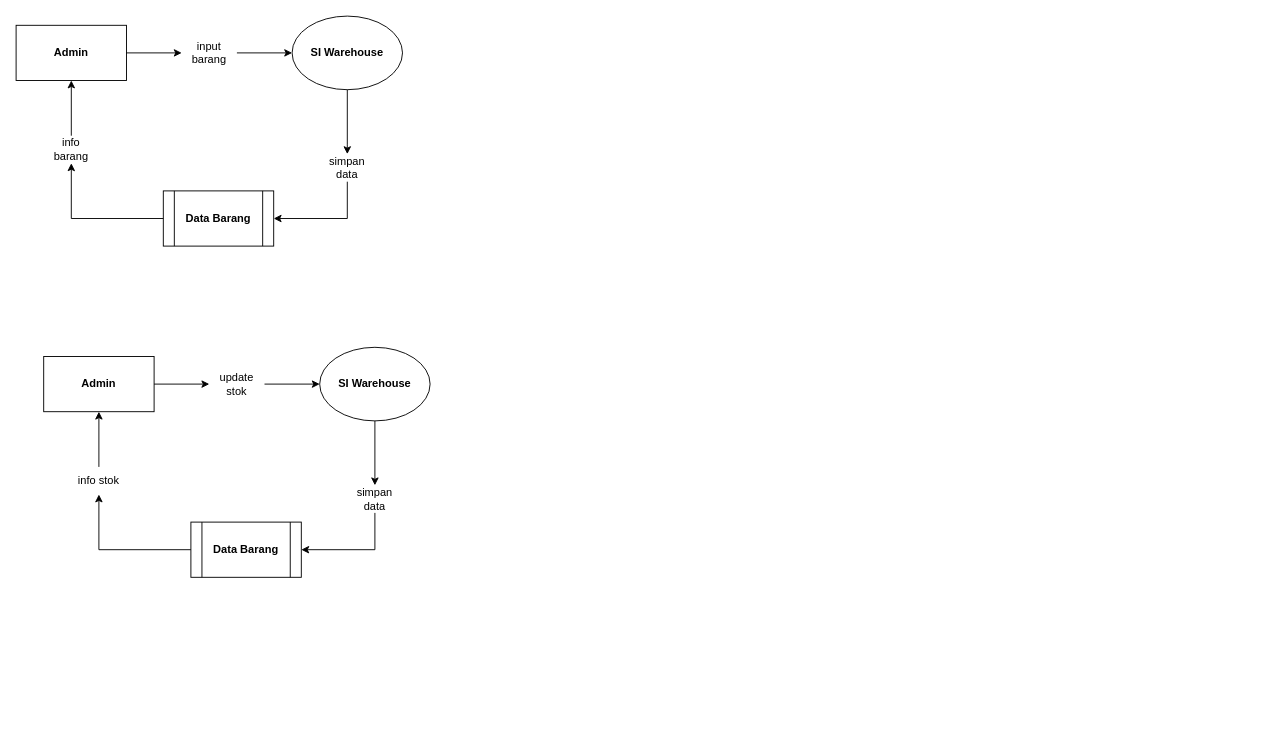
Before: page "v1" (2 of 2) of warehouse/Untitled Diagram.drawio in Mfdsix/DFD, a draw.io diagram. Source tidied: cells renumbered, new cells numbered last; positions are measured from the earlier drawing's top-left corner, leaving out a move shared by most shapes. Both pictures are drawn from the tidied source at 92%, with x=0, y=0 at pixel (16, 16).
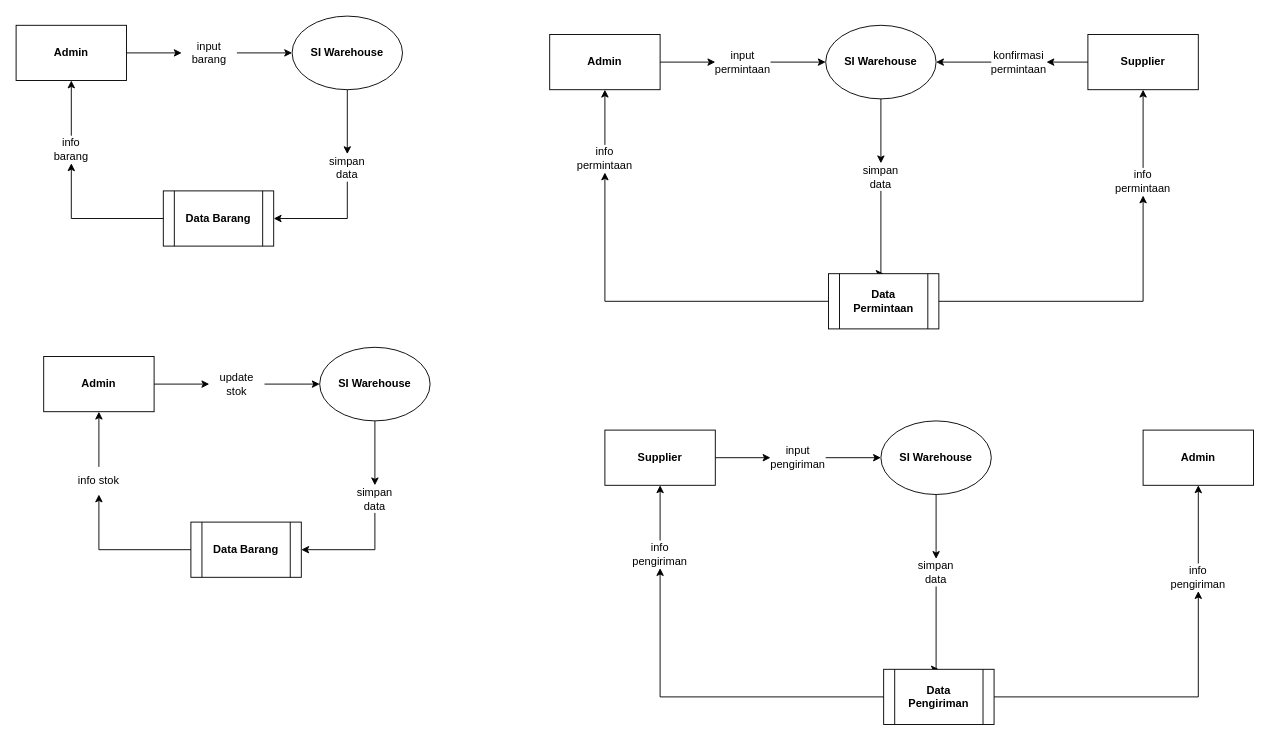
After the change.

What changed in the source:
```diff
@@
+    <mxCell id="26" style="edgeStyle=orthogonalEdgeStyle;rounded=0;jettySize=auto;html=1;entryX=0.5;entryY=0;entryDx=0;entryDy=0;" parent="1" edge="1" source="36" target="32">
+      <mxGeometry relative="1" as="geometry">
+        <Array as="points">
+          <mxPoint x="940" y="280" />
+        </Array>
+      </mxGeometry>
+    </mxCell>
+    <mxCell id="27" value="&lt;b&gt;SI Warehouse&lt;/b&gt;" style="ellipse;whiteSpace=wrap;html=1;" parent="1" vertex="1">
+      <mxGeometry x="880" y="10" width="120" height="80" as="geometry" />
+    </mxCell>
+    <mxCell id="28" style="edgeStyle=orthogonalEdgeStyle;rounded=0;jettySize=auto;html=1;entryX=0;entryY=0.5;entryDx=0;entryDy=0;" parent="1" edge="1" source="34" target="27">
+      <mxGeometry relative="1" as="geometry" />
+    </mxCell>
+    <mxCell id="29" value="&lt;b&gt;Admin&lt;/b&gt;" style="rounded=0;whiteSpace=wrap;html=1;" parent="1" vertex="1">
+      <mxGeometry x="580" y="20" width="120" height="60" as="geometry" />
+    </mxCell>
+    <mxCell id="30" style="edgeStyle=orthogonalEdgeStyle;rounded=0;jettySize=auto;html=1;entryX=0.5;entryY=1;entryDx=0;entryDy=0;" parent="1" edge="1" source="38" target="29">
+      <mxGeometry relative="1" as="geometry" />
+    </mxCell>
+    <mxCell id="31" style="edgeStyle=orthogonalEdgeStyle;rounded=0;jettySize=auto;html=1;entryX=0.5;entryY=1;entryDx=0;entryDy=0;" parent="1" edge="1" source="42" target="40">
+      <mxGeometry relative="1" as="geometry" />
+    </mxCell>
+    <mxCell id="32" value="&lt;b&gt;Data Permintaan&lt;/b&gt;" style="shape=process;whiteSpace=wrap;html=1;backgroundOutline=1;" parent="1" vertex="1">
+      <mxGeometry x="883" y="280" width="120" height="60" as="geometry" />
+    </mxCell>
+    <mxCell id="33" style="edgeStyle=orthogonalEdgeStyle;rounded=0;jettySize=auto;html=1;entryX=0;entryY=0.5;entryDx=0;entryDy=0;" parent="1" edge="1" source="29" target="34">
+      <mxGeometry relative="1" as="geometry" />
+    </mxCell>
+    <mxCell id="34" value="input permintaan" style="text;html=1;strokeColor=none;fillColor=none;align=center;verticalAlign=middle;whiteSpace=wrap;rounded=0;" parent="1" vertex="1">
+      <mxGeometry x="760" y="35" width="60" height="30" as="geometry" />
+    </mxCell>
+    <mxCell id="35" style="edgeStyle=orthogonalEdgeStyle;rounded=0;jettySize=auto;html=1;entryX=0.5;entryY=0;entryDx=0;entryDy=0;" parent="1" edge="1" source="27" target="36">
+      <mxGeometry relative="1" as="geometry">
+        <Array as="points">
+          <mxPoint x="940" y="150" />
+          <mxPoint x="940" y="150" />
+        </Array>
+      </mxGeometry>
+    </mxCell>
+    <mxCell id="36" value="simpan data" style="text;html=1;strokeColor=none;fillColor=none;align=center;verticalAlign=middle;whiteSpace=wrap;rounded=0;" parent="1" vertex="1">
+      <mxGeometry x="910" y="160" width="60" height="30" as="geometry" />
+    </mxCell>
+    <mxCell id="37" style="edgeStyle=orthogonalEdgeStyle;rounded=0;jettySize=auto;html=1;entryX=0.5;entryY=1;entryDx=0;entryDy=0;" parent="1" edge="1" source="32" target="38">
+      <mxGeometry relative="1" as="geometry" />
+    </mxCell>
+    <mxCell id="38" value="info permintaan" style="text;html=1;strokeColor=none;fillColor=none;align=center;verticalAlign=middle;whiteSpace=wrap;rounded=0;" parent="1" vertex="1">
+      <mxGeometry x="610" y="140" width="60" height="30" as="geometry" />
+    </mxCell>
+    <mxCell id="39" style="edgeStyle=orthogonalEdgeStyle;rounded=0;jettySize=auto;html=1;entryX=1;entryY=0.5;entryDx=0;entryDy=0;" parent="1" edge="1" source="44" target="27">
+      <mxGeometry relative="1" as="geometry" />
+    </mxCell>
+    <mxCell id="40" value="&lt;b&gt;Supplier&lt;/b&gt;" style="rounded=0;whiteSpace=wrap;html=1;" parent="1" vertex="1">
+      <mxGeometry x="1165" y="20" width="120" height="60" as="geometry" />
+    </mxCell>
+    <mxCell id="41" style="edgeStyle=orthogonalEdgeStyle;rounded=0;jettySize=auto;html=1;entryX=0.5;entryY=1;entryDx=0;entryDy=0;" parent="1" edge="1" source="32" target="42">
+      <mxGeometry relative="1" as="geometry" />
+    </mxCell>
+    <mxCell id="42" value="info permintaan" style="text;html=1;strokeColor=none;fillColor=none;align=center;verticalAlign=middle;whiteSpace=wrap;rounded=0;" parent="1" vertex="1">
+      <mxGeometry x="1195" y="165" width="60" height="30" as="geometry" />
+    </mxCell>
+    <mxCell id="43" style="edgeStyle=orthogonalEdgeStyle;rounded=0;jettySize=auto;html=1;entryX=1;entryY=0.5;entryDx=0;entryDy=0;" parent="1" edge="1" source="40" target="44">
+      <mxGeometry relative="1" as="geometry" />
+    </mxCell>
+    <mxCell id="44" value="konfirmasi permintaan" style="text;html=1;strokeColor=none;fillColor=none;align=center;verticalAlign=middle;whiteSpace=wrap;rounded=0;" parent="1" vertex="1">
+      <mxGeometry x="1060" y="35" width="60" height="30" as="geometry" />
+    </mxCell>
+    <mxCell id="45" style="edgeStyle=orthogonalEdgeStyle;rounded=0;jettySize=auto;html=1;entryX=0.5;entryY=0;entryDx=0;entryDy=0;" parent="1" edge="1" source="55" target="51">
+      <mxGeometry relative="1" as="geometry">
+        <Array as="points">
+          <mxPoint x="1000" y="710" />
+        </Array>
+      </mxGeometry>
+    </mxCell>
+    <mxCell id="46" value="&lt;b&gt;SI Warehouse&lt;/b&gt;" style="ellipse;whiteSpace=wrap;html=1;" parent="1" vertex="1">
+      <mxGeometry x="940" y="440" width="120" height="80" as="geometry" />
+    </mxCell>
+    <mxCell id="47" style="edgeStyle=orthogonalEdgeStyle;rounded=0;jettySize=auto;html=1;entryX=0;entryY=0.5;entryDx=0;entryDy=0;" parent="1" edge="1" source="53" target="46">
+      <mxGeometry relative="1" as="geometry" />
+    </mxCell>
+    <mxCell id="48" value="&lt;b&gt;Supplier&lt;/b&gt;" style="rounded=0;whiteSpace=wrap;html=1;" parent="1" vertex="1">
+      <mxGeometry x="640" y="450" width="120" height="60" as="geometry" />
+    </mxCell>
+    <mxCell id="49" style="edgeStyle=orthogonalEdgeStyle;rounded=0;jettySize=auto;html=1;entryX=0.5;entryY=1;entryDx=0;entryDy=0;" parent="1" edge="1" source="57" target="48">
+      <mxGeometry relative="1" as="geometry" />
+    </mxCell>
+    <mxCell id="50" style="edgeStyle=orthogonalEdgeStyle;rounded=0;jettySize=auto;html=1;entryX=0.5;entryY=1;entryDx=0;entryDy=0;" parent="1" edge="1" source="60" target="58">
+      <mxGeometry relative="1" as="geometry" />
+    </mxCell>
+    <mxCell id="51" value="&lt;b&gt;Data Pengiriman&lt;/b&gt;" style="shape=process;whiteSpace=wrap;html=1;backgroundOutline=1;" parent="1" vertex="1">
+      <mxGeometry x="943" y="710" width="120" height="60" as="geometry" />
+    </mxCell>
+    <mxCell id="52" style="edgeStyle=orthogonalEdgeStyle;rounded=0;jettySize=auto;html=1;entryX=0;entryY=0.5;entryDx=0;entryDy=0;" parent="1" edge="1" source="48" target="53">
+      <mxGeometry relative="1" as="geometry" />
+    </mxCell>
+    <mxCell id="53" value="input pengiriman" style="text;html=1;strokeColor=none;fillColor=none;align=center;verticalAlign=middle;whiteSpace=wrap;rounded=0;" parent="1" vertex="1">
+      <mxGeometry x="820" y="465" width="60" height="30" as="geometry" />
+    </mxCell>
+    <mxCell id="54" style="edgeStyle=orthogonalEdgeStyle;rounded=0;jettySize=auto;html=1;entryX=0.5;entryY=0;entryDx=0;entryDy=0;" parent="1" edge="1" source="46" target="55">
+      <mxGeometry relative="1" as="geometry">
+        <Array as="points">
+          <mxPoint x="1000" y="580" />
+          <mxPoint x="1000" y="580" />
+        </Array>
+      </mxGeometry>
+    </mxCell>
+    <mxCell id="55" value="simpan data" style="text;html=1;strokeColor=none;fillColor=none;align=center;verticalAlign=middle;whiteSpace=wrap;rounded=0;" parent="1" vertex="1">
+      <mxGeometry x="970" y="590" width="60" height="30" as="geometry" />
+    </mxCell>
+    <mxCell id="56" style="edgeStyle=orthogonalEdgeStyle;rounded=0;jettySize=auto;html=1;entryX=0.5;entryY=1;entryDx=0;entryDy=0;" parent="1" edge="1" source="51" target="57">
+      <mxGeometry relative="1" as="geometry" />
+    </mxCell>
+    <mxCell id="57" value="info pengiriman" style="text;html=1;strokeColor=none;fillColor=none;align=center;verticalAlign=middle;whiteSpace=wrap;rounded=0;" parent="1" vertex="1">
+      <mxGeometry x="670" y="570" width="60" height="30" as="geometry" />
+    </mxCell>
+    <mxCell id="58" value="&lt;b&gt;Admin&lt;/b&gt;" style="rounded=0;whiteSpace=wrap;html=1;" parent="1" vertex="1">
+      <mxGeometry x="1225" y="450" width="120" height="60" as="geometry" />
+    </mxCell>
+    <mxCell id="59" style="edgeStyle=orthogonalEdgeStyle;rounded=0;jettySize=auto;html=1;entryX=0.5;entryY=1;entryDx=0;entryDy=0;" parent="1" edge="1" source="51" target="60">
+      <mxGeometry relative="1" as="geometry" />
+    </mxCell>
+    <mxCell id="60" value="info pengiriman" style="text;html=1;strokeColor=none;fillColor=none;align=center;verticalAlign=middle;whiteSpace=wrap;rounded=0;" parent="1" vertex="1">
+      <mxGeometry x="1255" y="595" width="60" height="30" as="geometry" />
+    </mxCell>
```
